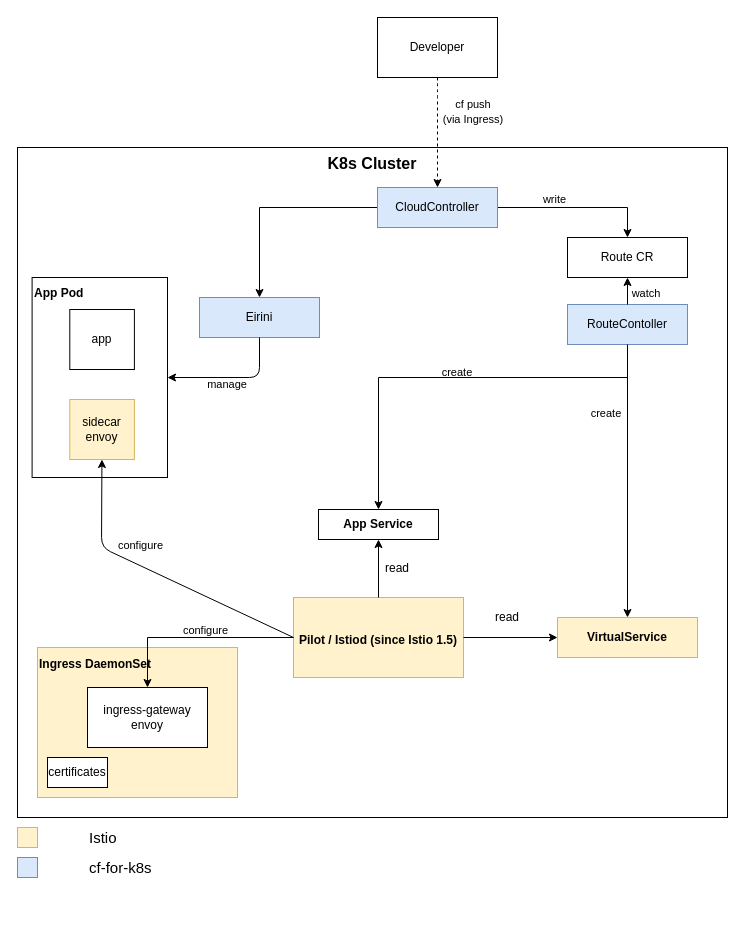
Before: doc/configuration.drawio in akhinos/cf4k8s-networking, a draw.io diagram. Source tidied: cells renumbered, new cells numbered last; positions are measured from the earlier drawing's top-left corner, leaving out a move shared by most shapes. Both pictures are drawn from the tidied source at 100%, with x=0, y=0 at pixel (17, 17).
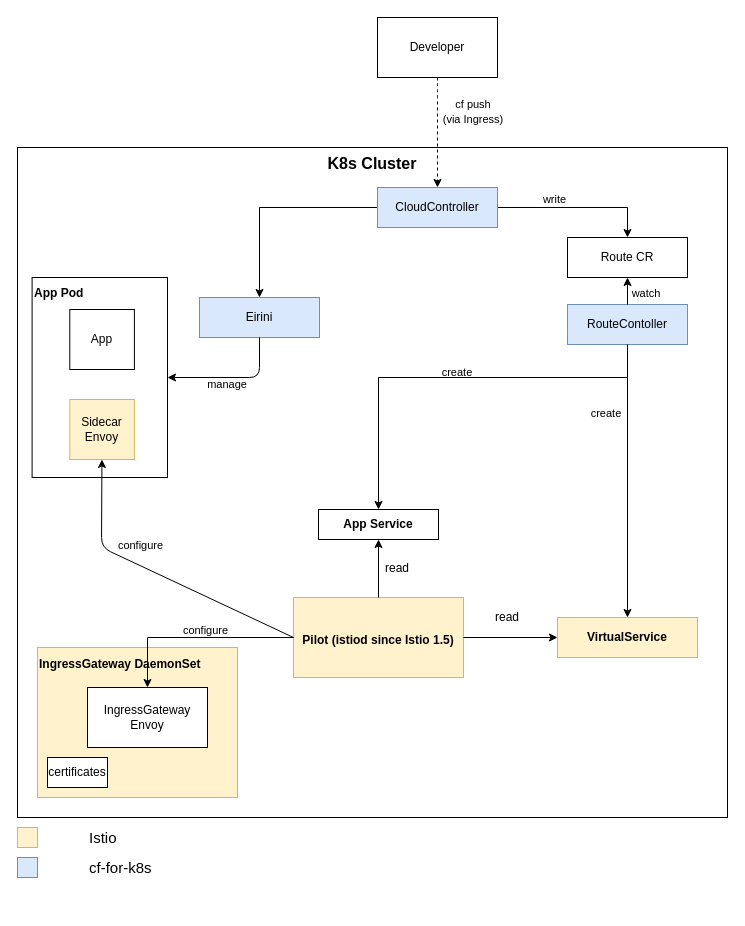
The same diagram, later.

Unchanged cells that the change refers to:
```xml
<mxCell id="4" style="group;align=left;" parent="1" vertex="1">
  <mxGeometry x="20" y="242" width="140" height="240" as="geometry" />
</mxCell>
<mxCell id="7" style="group;fillColor=#fff2cc;strokeColor=#d6b656;" parent="1" vertex="1">
  <mxGeometry x="276" y="580" width="170" height="80" as="geometry" />
</mxCell>
<mxCell id="15" style="group;fillColor=#fff2cc;strokeColor=#d6b656;" parent="1" vertex="1">
  <mxGeometry x="20" y="630" width="200" height="150" as="geometry" />
</mxCell>
```

Change to the diagram source:
```diff
@@
-    <mxCell id="5" value="sidecar&lt;br&gt;envoy" style="rounded=0;whiteSpace=wrap;html=1;fillColor=#fff2cc;strokeColor=#d6b656;" parent="4" vertex="1">
+    <mxCell id="5" value="Sidecar&lt;br&gt;Envoy" style="rounded=0;whiteSpace=wrap;html=1;fillColor=#fff2cc;strokeColor=#d6b656;" parent="4" vertex="1">
       <mxGeometry x="32.3" y="140" width="64.6" height="60" as="geometry" />
     </mxCell>
-    <mxCell id="6" value="app" style="rounded=0;whiteSpace=wrap;html=1;" parent="4" vertex="1">
+    <mxCell id="6" value="App" style="rounded=0;whiteSpace=wrap;html=1;" parent="4" vertex="1">
       <mxGeometry x="32.3" y="50" width="64.6" height="60" as="geometry" />
     </mxCell>
@@
-    <mxCell id="8" value="&lt;b&gt;&lt;br&gt;&lt;br&gt;Pilot / Istiod (since Istio 1.5)&lt;/b&gt;" style="rounded=0;whiteSpace=wrap;html=1;verticalAlign=top;fillColor=#fff2cc;strokeColor=#d6b656;" parent="7" vertex="1">
+    <mxCell id="8" value="&lt;b&gt;&lt;br&gt;&lt;br&gt;Pilot (istiod since Istio 1.5)&lt;/b&gt;" style="rounded=0;whiteSpace=wrap;html=1;verticalAlign=top;fillColor=#fff2cc;strokeColor=#d6b656;" parent="7" vertex="1">
       <mxGeometry width="170" height="80" as="geometry" />
     </mxCell>
@@
-    <mxCell id="16" value="&lt;font style=&quot;font-size: 12px&quot;&gt;Ingress DaemonSet&lt;/font&gt;" style="rounded=0;whiteSpace=wrap;html=1;fontSize=15;verticalAlign=top;fontStyle=1;fillColor=#fff2cc;strokeColor=#d6b656;align=left;" parent="15" vertex="1">
+    <mxCell id="16" value="&lt;font style=&quot;font-size: 12px&quot;&gt;IngressGateway DaemonSet&lt;/font&gt;" style="rounded=0;whiteSpace=wrap;html=1;fontSize=15;verticalAlign=top;fontStyle=1;fillColor=#fff2cc;strokeColor=#d6b656;align=left;" parent="15" vertex="1">
       <mxGeometry width="200" height="150" as="geometry" />
     </mxCell>
-    <mxCell id="17" value="ingress-gateway&lt;br&gt;envoy" style="rounded=0;whiteSpace=wrap;html=1;" parent="15" vertex="1">
+    <mxCell id="17" value="IngressGateway&lt;br&gt;Envoy" style="rounded=0;whiteSpace=wrap;html=1;" parent="15" vertex="1">
       <mxGeometry x="50" y="40" width="120" height="60" as="geometry" />
     </mxCell>
```
